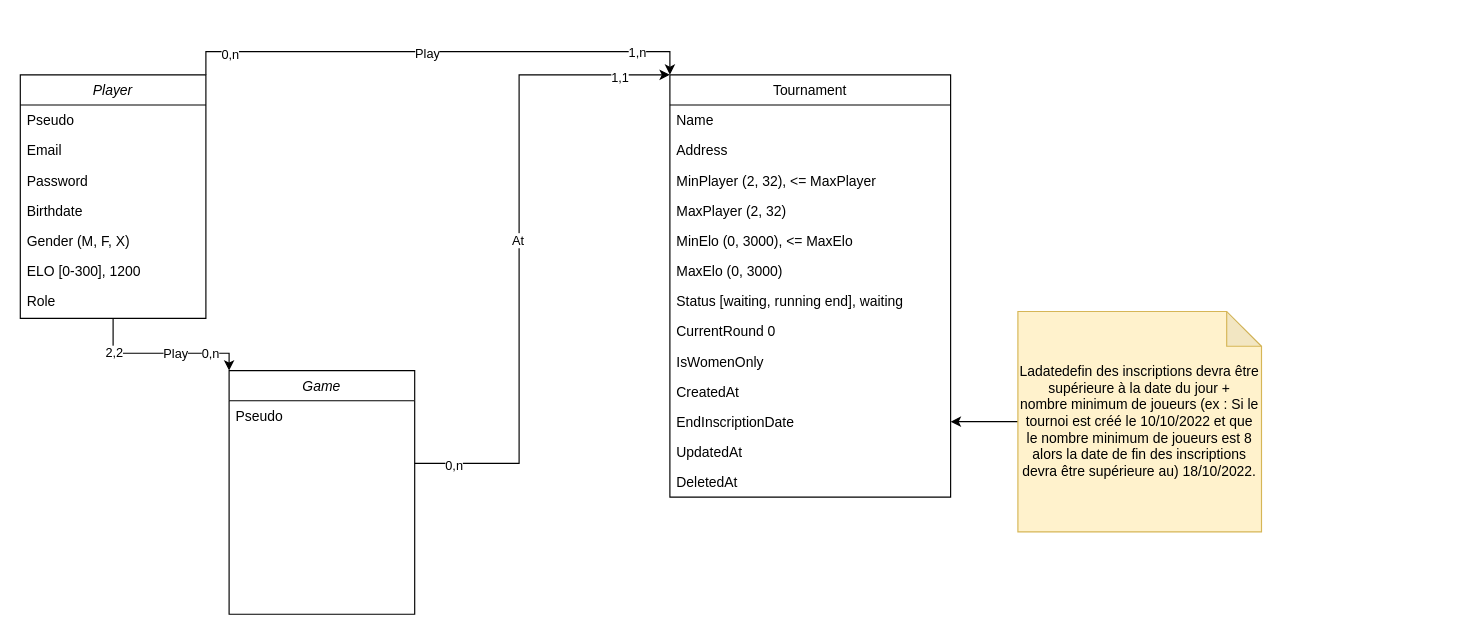
Above: DEV/Checkmate.drawio in haerphi/Checkmate-Tournament-API-Labo (draw.io), before the change. Source tidied: cells renumbered, new cells numbered last; positions are measured from the earlier drawing's top-left corner, leaving out a move shared by most shapes. Both pictures are drawn from the tidied source at 116%, with x=0, y=0 at pixel (20, 74).
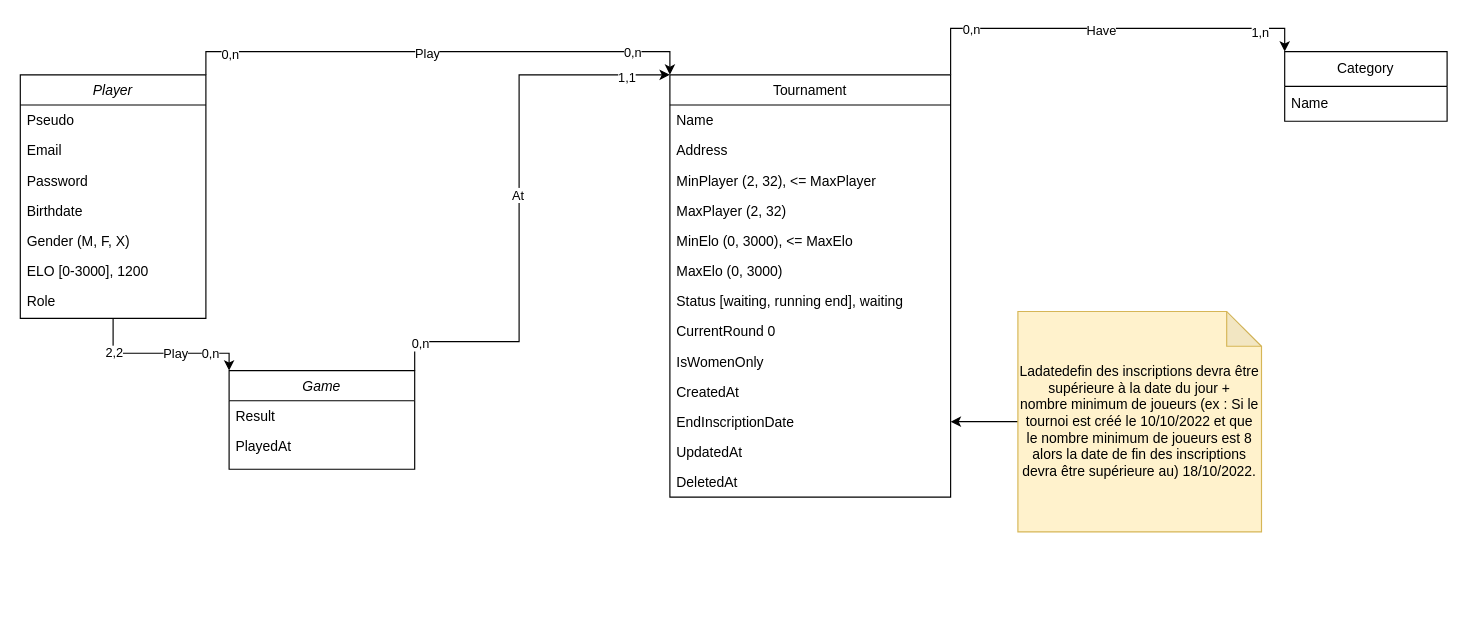
The same page after the edit.

Commit message (it also covers changes not shown here):
[Add] Database: Category, Tournament and MM tables

The change refers to these unchanged cells:
```xml
<mxCell id="2" style="edgeStyle=orthogonalEdgeStyle;rounded=0;jettySize=auto;html=1;entryX=0;entryY=0;entryDx=0;entryDy=0;exitX=1;exitY=0;exitDx=0;exitDy=0;" parent="1" edge="1" source="10" target="18">
  <mxGeometry relative="1" as="geometry" />
</mxCell>
<mxCell id="10" value="Player" style="swimlane;fontStyle=2;align=center;verticalAlign=top;horizontal=1;startSize=26;rounded=0;shadow=0;strokeWidth=1;" parent="1" vertex="1">
  <mxGeometry width="160" height="210" as="geometry" />
</mxCell>
<mxCell id="18" value="Tournament" style="swimlane;fontStyle=0;align=center;verticalAlign=top;horizontal=1;startSize=26;rounded=0;shadow=0;strokeWidth=1;" parent="1" vertex="1">
  <mxGeometry x="560" width="242" height="364" as="geometry" />
</mxCell>
```

The edit, as a diff of the source:
```diff
@@
-    <mxCell id="5" value="1,n" style="edgeLabel;html=1;align=center;verticalAlign=middle;" parent="2" vertex="1">
+    <mxCell id="5" value="0,n" style="edgeLabel;html=1;align=center;verticalAlign=middle;" parent="2" vertex="1">
       <mxGeometry x="0.9" y="-4" relative="1" as="geometry">
-        <mxPoint x="-27" y="-4" as="offset" />
+        <mxPoint x="-31" y="-4" as="offset" />
       </mxGeometry>
     </mxCell>
@@
-    <mxCell id="16" value="ELO [0-300], 1200" style="text;align=left;verticalAlign=top;spacingLeft=4;spacingRight=4;overflow=hidden;rounded=0;shadow=0;html=0;" parent="10" vertex="1">
+    <mxCell id="16" value="ELO [0-3000], 1200" style="text;align=left;verticalAlign=top;spacingLeft=4;spacingRight=4;overflow=hidden;rounded=0;shadow=0;html=0;" parent="10" vertex="1">
       <mxGeometry y="156" width="160" height="26" as="geometry" />
     </mxCell>
@@
+    <mxCell id="40" style="edgeStyle=orthogonalEdgeStyle;rounded=0;jettySize=auto;html=1;exitX=1;exitY=0;exitDx=0;exitDy=0;entryX=0;entryY=0;entryDx=0;entryDy=0;" parent="1" edge="1" source="18" target="45">
+      <mxGeometry relative="1" as="geometry" />
+    </mxCell>
+    <mxCell id="41" value="Have" style="edgeLabel;html=1;align=center;verticalAlign=middle;" parent="40" vertex="1">
+      <mxGeometry x="-0.03" y="-1" relative="1" as="geometry" />
+    </mxCell>
+    <mxCell id="42" value="0,n" style="edgeLabel;html=1;align=center;verticalAlign=middle;" parent="40" vertex="1">
+      <mxGeometry x="-0.67" relative="1" as="geometry" />
+    </mxCell>
+    <mxCell id="43" value="1,n" style="edgeLabel;html=1;align=center;verticalAlign=middle;" parent="40" vertex="1">
+      <mxGeometry x="0.76" y="-3" relative="1" as="geometry" />
+    </mxCell>
@@
-    <mxCell id="34" style="edgeStyle=orthogonalEdgeStyle;rounded=0;jettySize=auto;html=1;entryX=0;entryY=0;entryDx=0;entryDy=0;" parent="1" edge="1" source="38" target="18">
+    <mxCell id="34" style="edgeStyle=orthogonalEdgeStyle;rounded=0;jettySize=auto;html=1;entryX=0;entryY=0;entryDx=0;entryDy=0;exitX=1;exitY=0;exitDx=0;exitDy=0;" parent="1" edge="1" source="38" target="18">
       <mxGeometry relative="1" as="geometry">
         <Array as="points">
-          <mxPoint x="430" y="335" />
+          <mxPoint x="340" y="230" />
+          <mxPoint x="430" y="230" />
           <mxPoint x="430" />
         </Array>
       </mxGeometry>
     </mxCell>
@@
     <mxCell id="38" value="Game" style="swimlane;fontStyle=2;align=center;verticalAlign=top;horizontal=1;startSize=26;rounded=0;shadow=0;strokeWidth=1;" parent="1" vertex="1">
-      <mxGeometry x="180" y="255" width="160" height="210" as="geometry" />
+      <mxGeometry x="180" y="255" width="160" height="85" as="geometry" />
     </mxCell>
-    <mxCell id="39" value="Pseudo" style="text;align=left;verticalAlign=top;spacingLeft=4;spacingRight=4;overflow=hidden;" parent="38" vertex="1">
+    <mxCell id="39" value="Result" style="text;align=left;verticalAlign=top;spacingLeft=4;spacingRight=4;overflow=hidden;" parent="38" vertex="1">
       <mxGeometry y="26" width="160" height="26" as="geometry" />
     </mxCell>
+    <mxCell id="44" value="PlayedAt" style="text;align=left;verticalAlign=top;spacingLeft=4;spacingRight=4;overflow=hidden;" parent="38" vertex="1">
+      <mxGeometry y="52" width="160" height="26" as="geometry" />
+    </mxCell>
+    <mxCell id="45" value="Category" style="swimlane;fontStyle=0;horizontal=1;startSize=30;whiteSpace=wrap;html=1;" parent="1" vertex="1">
+      <mxGeometry x="1090" y="-20" width="140" height="60" as="geometry" />
+    </mxCell>
+    <mxCell id="46" value="Name" style="text;strokeColor=none;fillColor=none;align=left;verticalAlign=middle;spacingLeft=4;spacingRight=4;overflow=hidden;whiteSpace=wrap;html=1;" parent="45" vertex="1">
+      <mxGeometry y="30" width="140" height="30" as="geometry" />
+    </mxCell>
```
